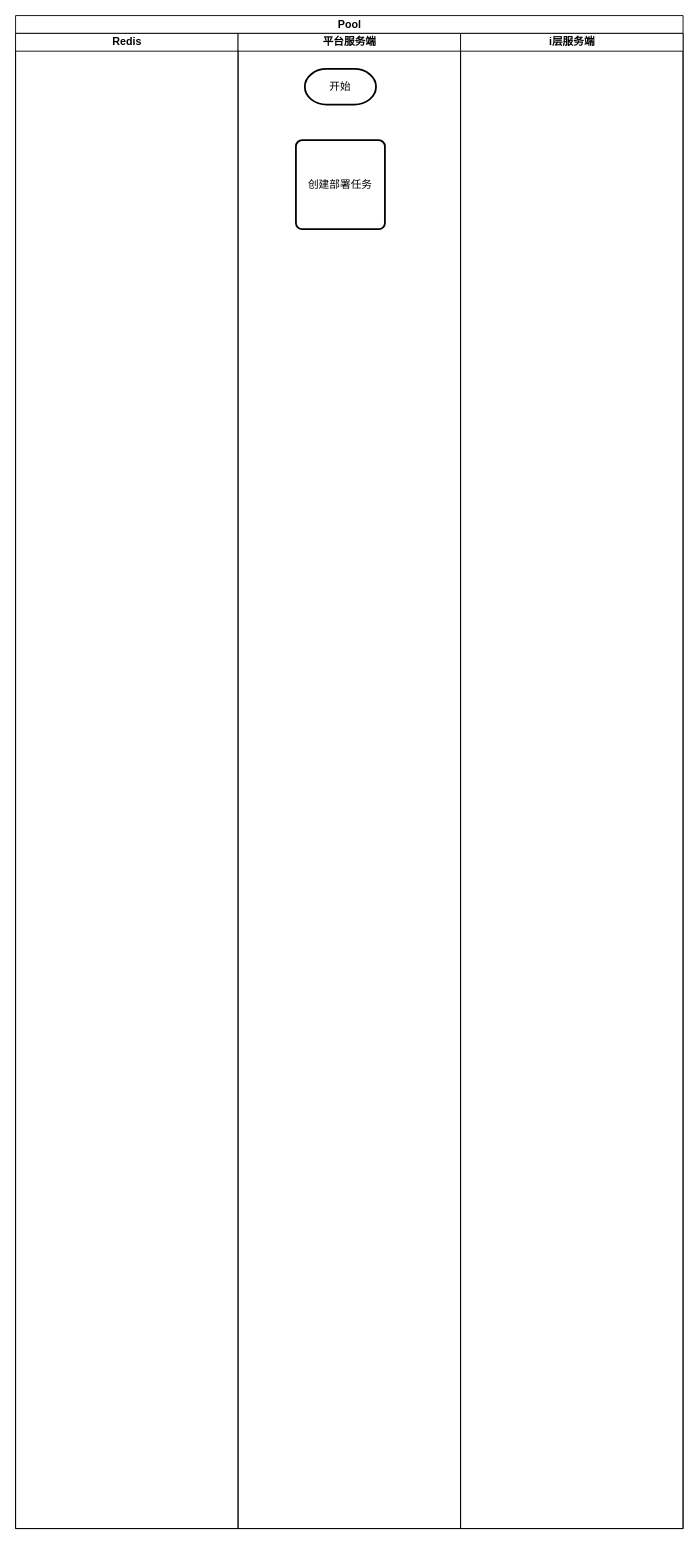
This is page "时序图" (2 of 2) of SAAS自动部署.drawio from iceAcmen/myDesign, a draw.io file, before an edit. Source tidied: cells renumbered, new cells numbered last; positions are measured from the earlier drawing's top-left corner, leaving out a move shared by most shapes. Both pictures are drawn from the tidied source at 89%, with x=0, y=0 at pixel (15, 15).
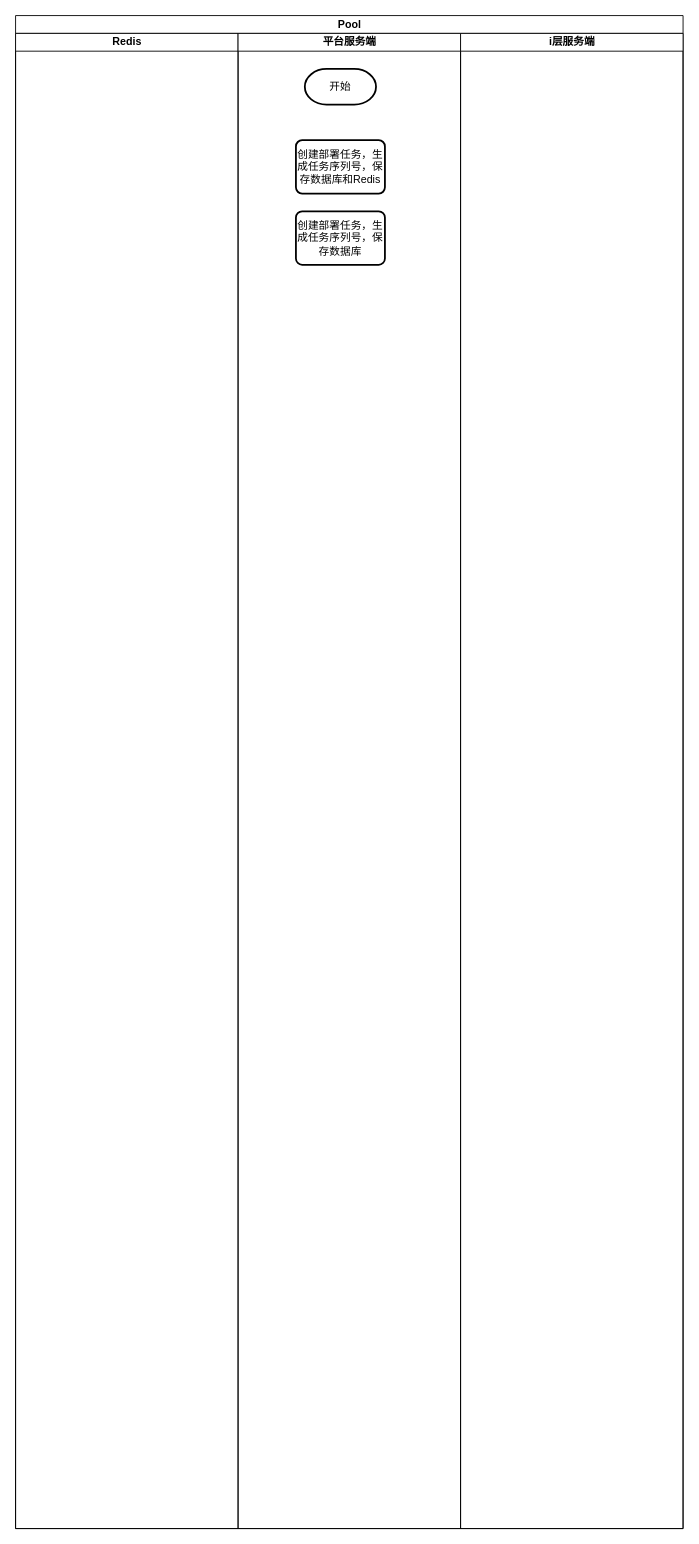
Above is the later version.

Diff of the diagram source:
```diff
@@
 <mxGraphModel>
   <root>
     <mxCell id="0" />
     <mxCell id="1" parent="0" />
     <mxCell id="2" value="Pool" style="swimlane;html=1;startSize=20;" parent="1" vertex="1">
       <mxGeometry width="750" height="1700" as="geometry" />
     </mxCell>
     <mxCell id="3" value="Redis" style="swimlane;html=1;startSize=20;" parent="2" vertex="1">
       <mxGeometry y="20" width="250" height="1680" as="geometry" />
     </mxCell>
     <mxCell id="4" value="平台服务端" style="swimlane;html=1;startSize=20;" parent="2" vertex="1">
       <mxGeometry x="250" y="20" width="250" height="1680" as="geometry" />
     </mxCell>
     <mxCell id="5" value="开始" style="strokeWidth=2;html=1;shape=mxgraph.flowchart.terminator;whiteSpace=wrap;" parent="4" vertex="1">
       <mxGeometry x="75" y="40" width="80" height="40" as="geometry" />
     </mxCell>
-    <mxCell id="6" value="创建部署任务" style="rounded=1;whiteSpace=wrap;html=1;absoluteArcSize=1;arcSize=14;strokeWidth=2;" parent="4" vertex="1">
-      <mxGeometry x="65" y="120" width="100" height="100" as="geometry" />
+    <mxCell id="6" value="创建部署任务，生成任务序列号，保存数据库和Redis" style="rounded=1;whiteSpace=wrap;html=1;absoluteArcSize=1;arcSize=14;strokeWidth=2;" parent="4" vertex="1">
+      <mxGeometry x="65" y="120" width="100" height="60" as="geometry" />
     </mxCell>
+    <mxCell id="8" value="创建部署任务，生成任务序列号，保存数据库" style="rounded=1;whiteSpace=wrap;html=1;absoluteArcSize=1;arcSize=14;strokeWidth=2;" parent="4" vertex="1">
+      <mxGeometry x="65" y="200" width="100" height="60" as="geometry" />
+    </mxCell>
     <mxCell id="7" value="i层服务端" style="swimlane;html=1;startSize=20;" parent="2" vertex="1">
       <mxGeometry x="500" y="20" width="250" height="1680" as="geometry" />
     </mxCell>
   </root>
 </mxGraphModel>
```
